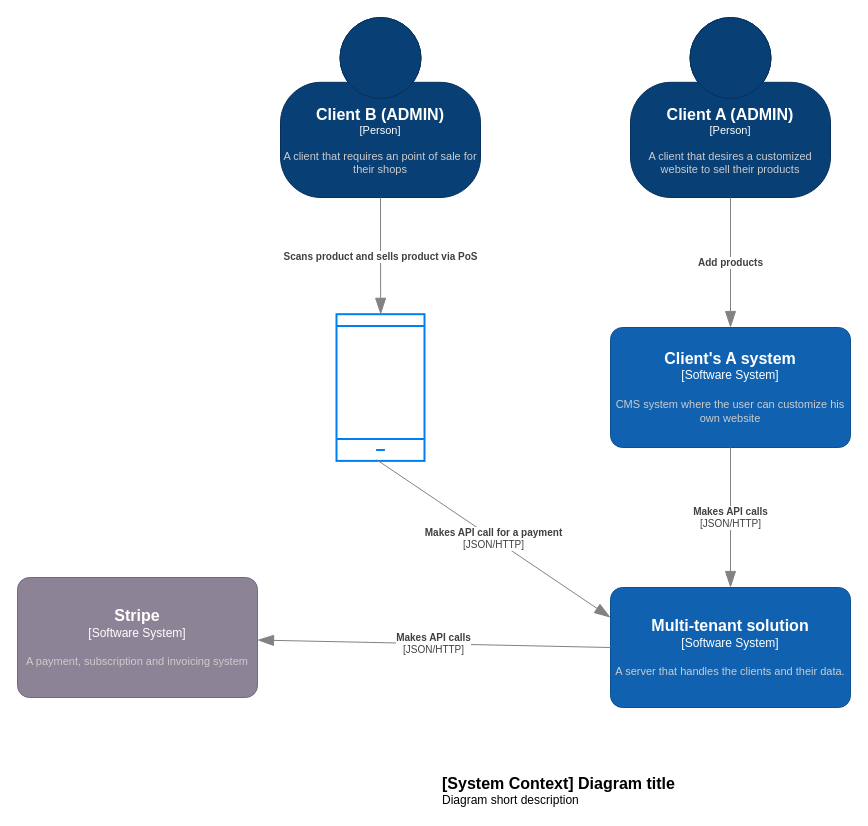
Before: retailshop.drawio in Darius1323/assets, a draw.io diagram. Source tidied: cells renumbered, new cells numbered last; positions are measured from the earlier drawing's top-left corner, leaving out a move shared by most shapes. Both pictures are drawn from the tidied source at 100%, with x=0, y=0 at pixel (17, 17).
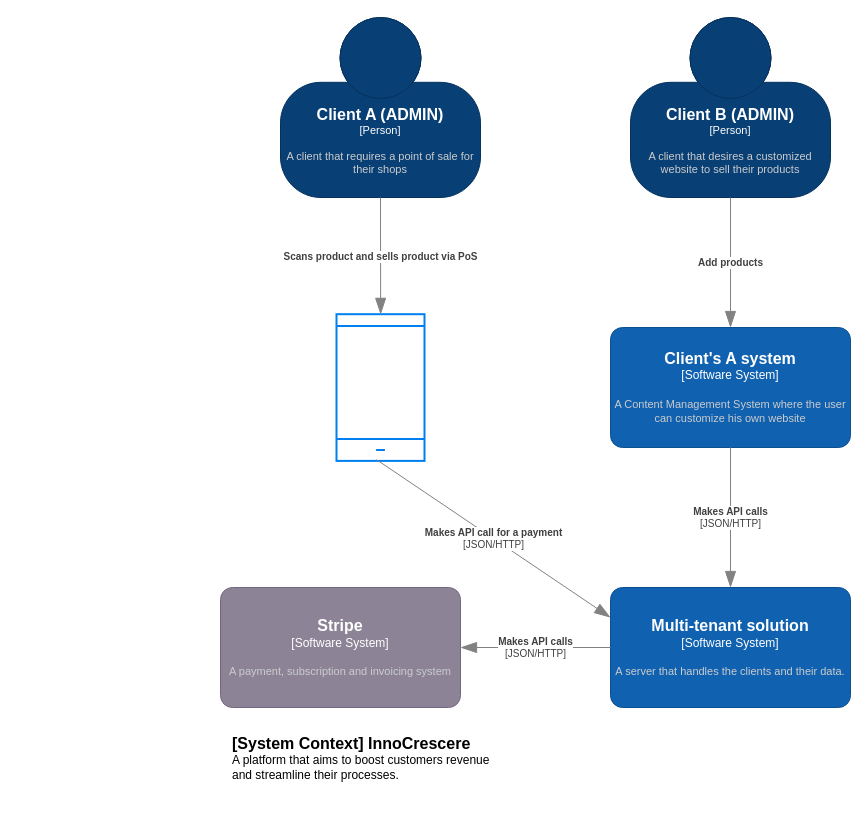
The same diagram, later.

What changed in the source:
```diff
@@
-    <object id="2" label="&lt;font style=&quot;font-size: 16px&quot;&gt;&lt;b&gt;%c4Name%&lt;/b&gt;&lt;/font&gt;&lt;div&gt;[%c4Type%]&lt;/div&gt;&lt;br&gt;&lt;div&gt;&lt;font style=&quot;font-size: 11px&quot;&gt;&lt;font color=&quot;#cccccc&quot;&gt;%c4Description%&lt;/font&gt;&lt;/div&gt;" c4Description="A client that desires a customized website to sell their products" c4Name="Client A (ADMIN)" c4Type="Person" placeholders="1">
+    <object id="2" label="&lt;font style=&quot;font-size: 16px&quot;&gt;&lt;b&gt;%c4Name%&lt;/b&gt;&lt;/font&gt;&lt;div&gt;[%c4Type%]&lt;/div&gt;&lt;br&gt;&lt;div&gt;&lt;font style=&quot;font-size: 11px&quot;&gt;&lt;font color=&quot;#cccccc&quot;&gt;%c4Description%&lt;/font&gt;&lt;/div&gt;" c4Description="A client that desires a customized website to sell their products" c4Name="Client B (ADMIN)" c4Type="Person" placeholders="1">
       <mxCell style="html=1;fontSize=11;dashed=0;whiteSpace=wrap;fillColor=#083F75;strokeColor=#06315C;fontColor=#ffffff;shape=mxgraph.c4.person2;align=center;points=[[0.5,0,0],[1,0.5,0],[1,0.75,0],[0.75,1,0],[0.5,1,0],[0.25,1,0],[0,0.75,0],[0,0.5,0]];" parent="1" vertex="1">
         <mxGeometry x="613" width="200" height="180" as="geometry" />
       </mxCell>
     </object>
-    <object id="3" label="&lt;font style=&quot;font-size: 16px&quot;&gt;&lt;b&gt;&lt;div style=&quot;text-align: left&quot;&gt;%c4Name%&lt;/div&gt;&lt;/b&gt;&lt;/font&gt;&lt;div style=&quot;text-align: left&quot;&gt;%c4Description%&lt;/div&gt;" c4Description="Diagram short description" c4Name="[System Context] Diagram title" placeholders="1">
+    <object id="3" label="&lt;font style=&quot;font-size: 16px&quot;&gt;&lt;b&gt;&lt;div style=&quot;text-align: left&quot;&gt;%c4Name%&lt;/div&gt;&lt;/b&gt;&lt;/font&gt;&lt;div style=&quot;text-align: left&quot;&gt;%c4Description%&lt;/div&gt;" c4Description="A platform that aims to boost customers revenue and streamline their processes." c4Name="[System Context] InnoCrescere" placeholders="1">
       <mxCell style="text;html=1;strokeColor=none;fillColor=none;align=left;verticalAlign=top;whiteSpace=wrap;rounded=0;" parent="1" vertex="1">
-        <mxGeometry x="423" y="750" width="260" height="40" as="geometry" />
+        <mxGeometry x="213" y="710" width="260" height="40" as="geometry" />
       </mxCell>
     </object>
@@
     <object id="5" label="&lt;font style=&quot;font-size: 16px&quot;&gt;&lt;b&gt;%c4Name%&lt;/b&gt;&lt;/font&gt;&lt;div&gt;[%c4Type%]&lt;/div&gt;&lt;br&gt;&lt;div&gt;&lt;font style=&quot;font-size: 11px&quot;&gt;&lt;font color=&quot;#cccccc&quot;&gt;%c4Description%&lt;/font&gt;&lt;/div&gt;" c4Description="A payment, subscription and invoicing system" c4Name="Stripe" c4Type="Software System" placeholders="1">
       <mxCell style="rounded=1;whiteSpace=wrap;html=1;labelBackgroundColor=none;fillColor=#8C8496;fontColor=#ffffff;align=center;arcSize=10;strokeColor=#736782;points=[[0.25,0,0],[0.5,0,0],[0.75,0,0],[1,0.25,0],[1,0.5,0],[1,0.75,0],[0.75,1,0],[0.5,1,0],[0.25,1,0],[0,0.75,0],[0,0.5,0],[0,0.25,0]];" parent="1" vertex="1">
-        <mxGeometry y="560" width="240" height="120" as="geometry" />
+        <mxGeometry x="203" y="570" width="240" height="120" as="geometry" />
       </mxCell>
     </object>
-    <object id="6" label="&lt;font style=&quot;font-size: 16px&quot;&gt;&lt;b&gt;%c4Name%&lt;/b&gt;&lt;/font&gt;&lt;div&gt;[%c4Type%]&lt;/div&gt;&lt;br&gt;&lt;div&gt;&lt;font style=&quot;font-size: 11px&quot;&gt;&lt;font color=&quot;#cccccc&quot;&gt;%c4Description%&lt;/font&gt;&lt;/div&gt;" c4Description="CMS system where the user can customize his own website" c4Name="Client's A system" c4Type="Software System" placeholders="1">
+    <object id="6" label="&lt;font style=&quot;font-size: 16px&quot;&gt;&lt;b&gt;%c4Name%&lt;/b&gt;&lt;/font&gt;&lt;div&gt;[%c4Type%]&lt;/div&gt;&lt;br&gt;&lt;div&gt;&lt;font style=&quot;font-size: 11px&quot;&gt;&lt;font color=&quot;#cccccc&quot;&gt;%c4Description%&lt;/font&gt;&lt;/div&gt;" c4Description="A Content Management System where the user can customize his own website" c4Name="Client's A system" c4Type="Software System" placeholders="1">
       <mxCell style="rounded=1;whiteSpace=wrap;html=1;labelBackgroundColor=none;fillColor=#1061B0;fontColor=#ffffff;align=center;arcSize=10;strokeColor=#0D5091;points=[[0.25,0,0],[0.5,0,0],[0.75,0,0],[1,0.25,0],[1,0.5,0],[1,0.75,0],[0.75,1,0],[0.5,1,0],[0.25,1,0],[0,0.75,0],[0,0.5,0],[0,0.25,0]];" parent="1" vertex="1">
         <mxGeometry x="593" y="310" width="240" height="120" as="geometry" />
       </mxCell>
     </object>
@@
-    <object id="12" label="&lt;font style=&quot;font-size: 16px&quot;&gt;&lt;b&gt;%c4Name%&lt;/b&gt;&lt;/font&gt;&lt;div&gt;[%c4Type%]&lt;/div&gt;&lt;br&gt;&lt;div&gt;&lt;font style=&quot;font-size: 11px&quot;&gt;&lt;font color=&quot;#cccccc&quot;&gt;%c4Description%&lt;/font&gt;&lt;/div&gt;" c4Description="A client that requires an point of sale for their shops" c4Name="Client B (ADMIN)" c4Type="Person" placeholders="1">
+    <object id="12" label="&lt;font style=&quot;font-size: 16px&quot;&gt;&lt;b&gt;%c4Name%&lt;/b&gt;&lt;/font&gt;&lt;div&gt;[%c4Type%]&lt;/div&gt;&lt;br&gt;&lt;div&gt;&lt;font style=&quot;font-size: 11px&quot;&gt;&lt;font color=&quot;#cccccc&quot;&gt;%c4Description%&lt;/font&gt;&lt;/div&gt;" c4Description="A client that requires a point of sale for their shops" c4Name="Client A (ADMIN)" c4Type="Person" placeholders="1">
       <mxCell style="html=1;fontSize=11;dashed=0;whiteSpace=wrap;fillColor=#083F75;strokeColor=#06315C;fontColor=#ffffff;shape=mxgraph.c4.person2;align=center;points=[[0.5,0,0],[1,0.5,0],[1,0.75,0],[0.75,1,0],[0.5,1,0],[0.25,1,0],[0,0.75,0],[0,0.5,0]];" parent="1" vertex="1">
         <mxGeometry x="263" width="200" height="180" as="geometry" />
       </mxCell>
     </object>
```
